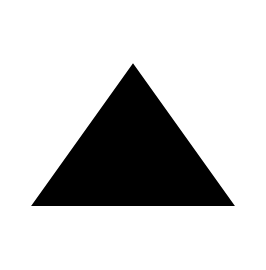
The draw.io diagram Untitled Diagram.drawio in critschris/COMP-354, before the edit. Source tidied: cells renumbered, new cells numbered last; positions are measured from the earlier drawing's top-left corner, leaving out a move shared by most shapes. Both pictures are drawn from the tidied source at 200%, with x=0, y=0 at pixel (32, 64).
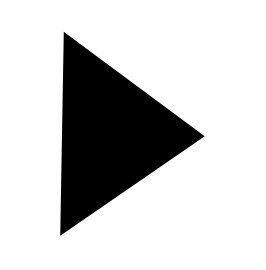
The same page after the edit.

Diff of the diagram source:
```diff
@@
 <mxGraphModel>
   <root>
     <mxCell id="0" />
     <mxCell id="1" parent="0" />
-    <mxCell id="2" style="verticalLabelPosition=bottom;verticalAlign=top;html=1;shape=mxgraph.basic.acute_triangle;dx=0.5;fillStyle=solid;fillColor=#000000;" parent="1" vertex="1">
+    <mxCell id="2" style="verticalLabelPosition=bottom;verticalAlign=top;html=1;shape=mxgraph.basic.acute_triangle;dx=0.5;fillStyle=solid;fillColor=#000000;rotation=91;" parent="1" vertex="1">
       <mxGeometry width="100" height="70" as="geometry" />
     </mxCell>
   </root>
 </mxGraphModel>
```
